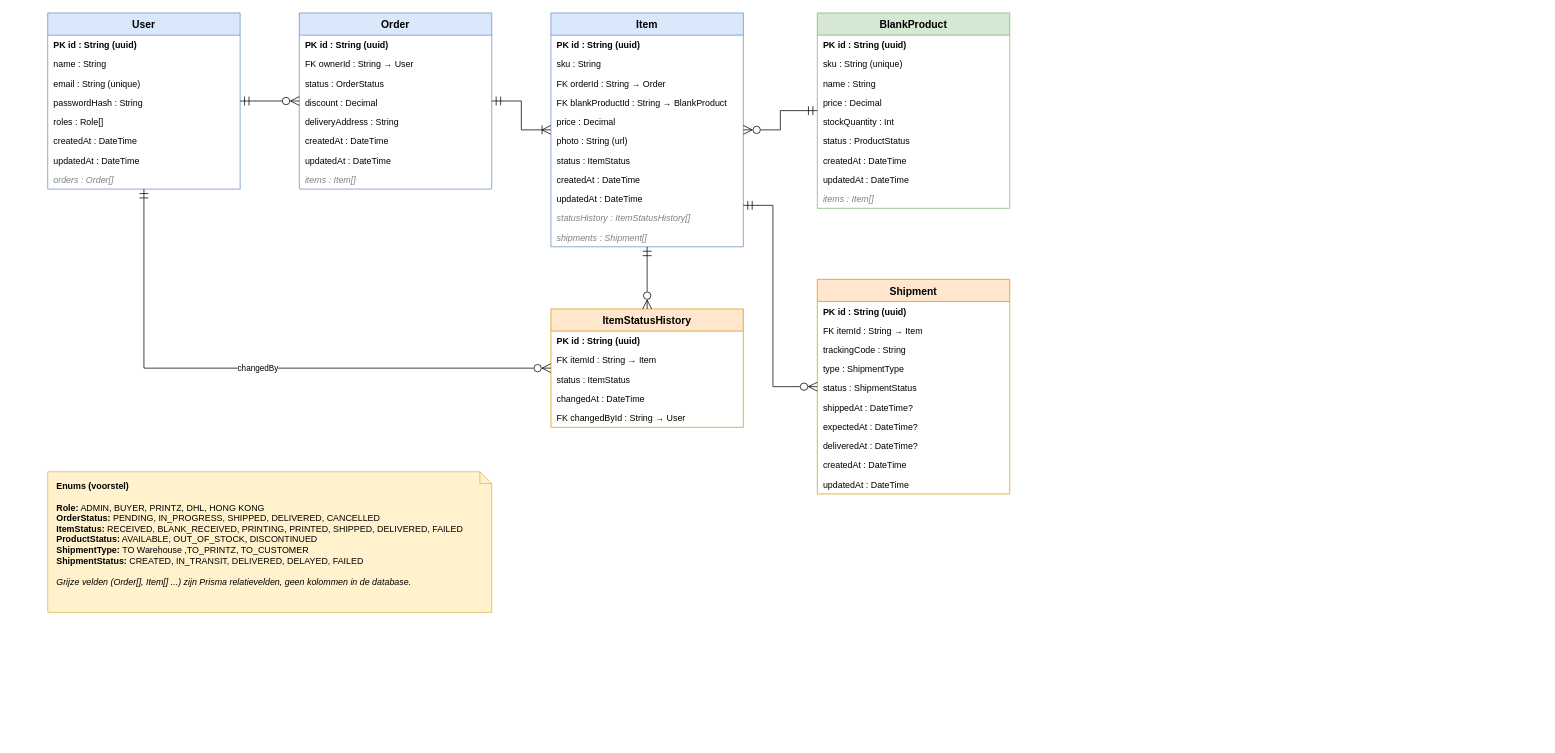
Earlier version of the draw.io diagram documents/ERD/gifts4u-erd.drawio (Immanuel-Cairo/gifts4u-control-tower). Source tidied: cells renumbered, new cells numbered last; positions are measured from the earlier drawing's top-left corner, leaving out a move shared by most shapes. Both pictures are drawn from the tidied source at 74%, with x=0, y=0 at pixel (47, 13).
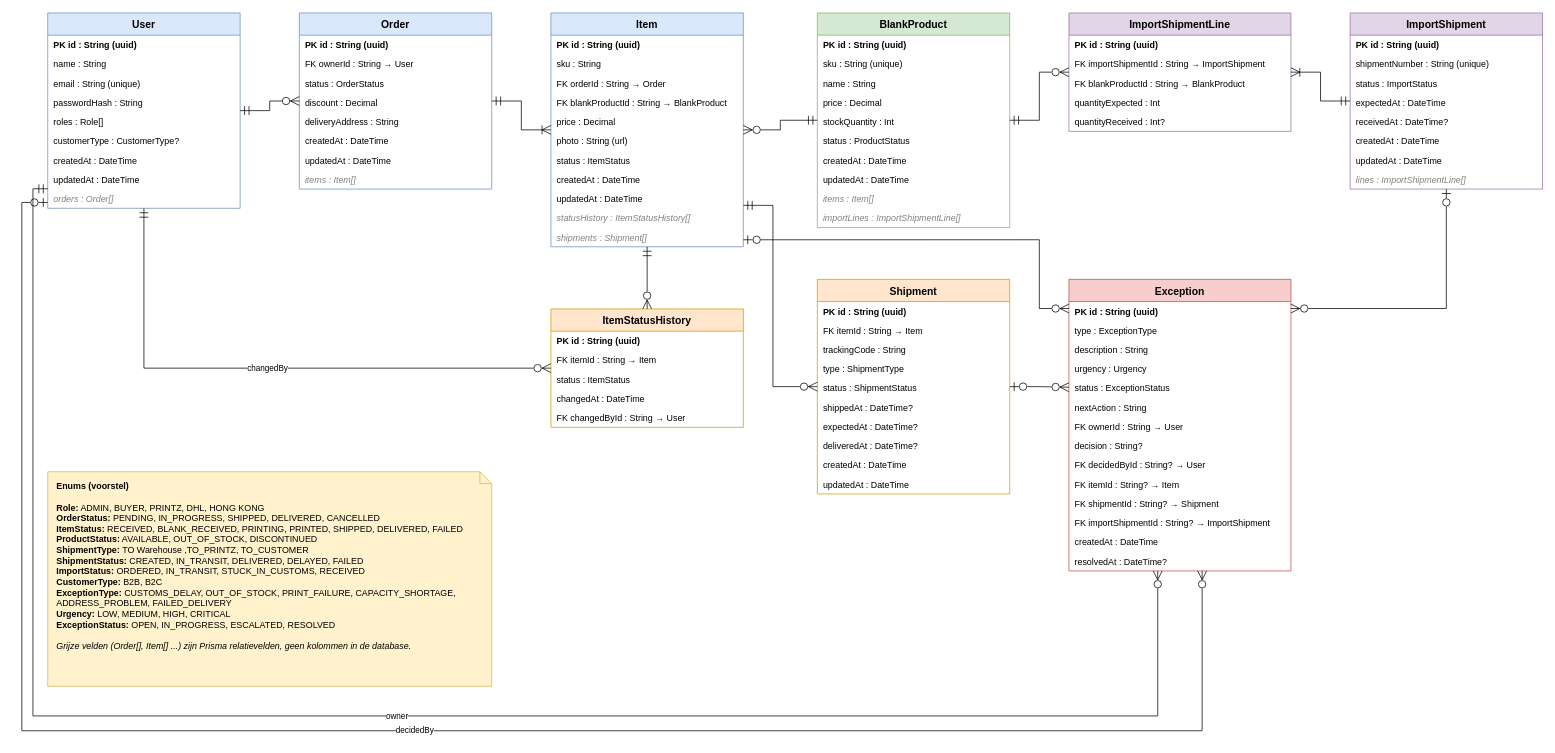
The same page after the edit.

The change refers to these unchanged cells:
```xml
<mxCell id="20" value="Item" style="swimlane;fontStyle=1;horizontal=1;startSize=30;fillColor=#dae8fc;strokeColor=#6c8ebf;fontSize=14;" parent="1" vertex="1">
  <mxGeometry x="680" width="260" height="316" as="geometry" />
</mxCell>
<mxCell id="48" value="Shipment" style="swimlane;fontStyle=1;horizontal=1;startSize=30;fillColor=#ffe6cc;strokeColor=#d79b00;fontSize=14;" parent="1" vertex="1">
  <mxGeometry x="1040" y="360" width="260" height="290" as="geometry" />
</mxCell>
```

The edit, as a diff of the source:
```diff
@@
     <mxCell id="2" value="User" style="swimlane;fontStyle=1;horizontal=1;startSize=30;fillColor=#dae8fc;strokeColor=#6c8ebf;fontSize=14;" parent="1" vertex="1">
-      <mxGeometry width="260" height="238" as="geometry" />
+      <mxGeometry width="260" height="264" as="geometry" />
     </mxCell>
@@
+    <mxCell id="66" value="customerType : CustomerType?" style="text;strokeColor=none;fillColor=none;align=left;verticalAlign=middle;spacingLeft=6;overflow=hidden;fontSize=12;" parent="2" vertex="1">
+      <mxGeometry y="160" width="260" height="26" as="geometry" />
+    </mxCell>
     <mxCell id="8" value="createdAt : DateTime" style="text;strokeColor=none;fillColor=none;align=left;verticalAlign=middle;spacingLeft=6;overflow=hidden;fontSize=12;" parent="2" vertex="1">
-      <mxGeometry y="160" width="260" height="26" as="geometry" />
+      <mxGeometry y="186" width="260" height="26" as="geometry" />
     </mxCell>
     <mxCell id="9" value="updatedAt : DateTime" style="text;strokeColor=none;fillColor=none;align=left;verticalAlign=middle;spacingLeft=6;overflow=hidden;fontSize=12;" parent="2" vertex="1">
-      <mxGeometry y="186" width="260" height="26" as="geometry" />
+      <mxGeometry y="212" width="260" height="26" as="geometry" />
     </mxCell>
     <mxCell id="10" value="orders : Order[]" style="text;strokeColor=none;fillColor=none;align=left;verticalAlign=middle;spacingLeft=6;overflow=hidden;fontSize=12;fontStyle=2;fontColor=#808080;" parent="2" vertex="1">
-      <mxGeometry y="212" width="260" height="26" as="geometry" />
+      <mxGeometry y="238" width="260" height="26" as="geometry" />
     </mxCell>
@@
     <mxCell id="32" value="BlankProduct" style="swimlane;fontStyle=1;horizontal=1;startSize=30;fillColor=#d5e8d4;strokeColor=#82b366;fontSize=14;" parent="1" vertex="1">
-      <mxGeometry x="1040" width="260" height="264" as="geometry" />
+      <mxGeometry x="1040" width="260" height="290" as="geometry" />
     </mxCell>
@@
+    <mxCell id="67" value="importLines : ImportShipmentLine[]" style="text;strokeColor=none;fillColor=none;align=left;verticalAlign=middle;spacingLeft=6;overflow=hidden;fontSize=12;fontStyle=2;fontColor=#808080;" parent="32" vertex="1">
+      <mxGeometry y="264" width="260" height="26" as="geometry" />
+    </mxCell>
+    <mxCell id="68" value="ImportShipmentLine" style="swimlane;fontStyle=1;horizontal=1;startSize=30;fillColor=#e1d5e7;strokeColor=#9673a6;fontSize=14;" parent="1" vertex="1">
+      <mxGeometry x="1380" width="300" height="160" as="geometry" />
+    </mxCell>
+    <mxCell id="69" value="PK  id : String (uuid)" style="text;strokeColor=none;fillColor=none;align=left;verticalAlign=middle;spacingLeft=6;overflow=hidden;fontSize=12;fontStyle=1;" parent="68" vertex="1">
+      <mxGeometry y="30" width="300" height="26" as="geometry" />
+    </mxCell>
+    <mxCell id="70" value="FK  importShipmentId : String → ImportShipment" style="text;strokeColor=none;fillColor=none;align=left;verticalAlign=middle;spacingLeft=6;overflow=hidden;fontSize=12;" parent="68" vertex="1">
+      <mxGeometry y="56" width="300" height="26" as="geometry" />
+    </mxCell>
+    <mxCell id="71" value="FK  blankProductId : String → BlankProduct" style="text;strokeColor=none;fillColor=none;align=left;verticalAlign=middle;spacingLeft=6;overflow=hidden;fontSize=12;" parent="68" vertex="1">
+      <mxGeometry y="82" width="300" height="26" as="geometry" />
+    </mxCell>
+    <mxCell id="72" value="quantityExpected : Int" style="text;strokeColor=none;fillColor=none;align=left;verticalAlign=middle;spacingLeft=6;overflow=hidden;fontSize=12;" parent="68" vertex="1">
+      <mxGeometry y="108" width="300" height="26" as="geometry" />
+    </mxCell>
+    <mxCell id="73" value="quantityReceived : Int?" style="text;strokeColor=none;fillColor=none;align=left;verticalAlign=middle;spacingLeft=6;overflow=hidden;fontSize=12;" parent="68" vertex="1">
+      <mxGeometry y="134" width="300" height="26" as="geometry" />
+    </mxCell>
+    <mxCell id="74" value="ImportShipment" style="swimlane;fontStyle=1;horizontal=1;startSize=30;fillColor=#e1d5e7;strokeColor=#9673a6;fontSize=14;" parent="1" vertex="1">
+      <mxGeometry x="1760" width="260" height="238" as="geometry" />
+    </mxCell>
+    <mxCell id="75" value="PK  id : String (uuid)" style="text;strokeColor=none;fillColor=none;align=left;verticalAlign=middle;spacingLeft=6;overflow=hidden;fontSize=12;fontStyle=1;" parent="74" vertex="1">
+      <mxGeometry y="30" width="260" height="26" as="geometry" />
+    </mxCell>
+    <mxCell id="76" value="shipmentNumber : String (unique)" style="text;strokeColor=none;fillColor=none;align=left;verticalAlign=middle;spacingLeft=6;overflow=hidden;fontSize=12;" parent="74" vertex="1">
+      <mxGeometry y="56" width="260" height="26" as="geometry" />
+    </mxCell>
+    <mxCell id="77" value="status : ImportStatus" style="text;strokeColor=none;fillColor=none;align=left;verticalAlign=middle;spacingLeft=6;overflow=hidden;fontSize=12;" parent="74" vertex="1">
+      <mxGeometry y="82" width="260" height="26" as="geometry" />
+    </mxCell>
+    <mxCell id="78" value="expectedAt : DateTime" style="text;strokeColor=none;fillColor=none;align=left;verticalAlign=middle;spacingLeft=6;overflow=hidden;fontSize=12;" parent="74" vertex="1">
+      <mxGeometry y="108" width="260" height="26" as="geometry" />
+    </mxCell>
+    <mxCell id="79" value="receivedAt : DateTime?" style="text;strokeColor=none;fillColor=none;align=left;verticalAlign=middle;spacingLeft=6;overflow=hidden;fontSize=12;" parent="74" vertex="1">
+      <mxGeometry y="134" width="260" height="26" as="geometry" />
+    </mxCell>
+    <mxCell id="80" value="createdAt : DateTime" style="text;strokeColor=none;fillColor=none;align=left;verticalAlign=middle;spacingLeft=6;overflow=hidden;fontSize=12;" parent="74" vertex="1">
+      <mxGeometry y="160" width="260" height="26" as="geometry" />
+    </mxCell>
+    <mxCell id="81" value="updatedAt : DateTime" style="text;strokeColor=none;fillColor=none;align=left;verticalAlign=middle;spacingLeft=6;overflow=hidden;fontSize=12;" parent="74" vertex="1">
+      <mxGeometry y="186" width="260" height="26" as="geometry" />
+    </mxCell>
+    <mxCell id="82" value="lines : ImportShipmentLine[]" style="text;strokeColor=none;fillColor=none;align=left;verticalAlign=middle;spacingLeft=6;overflow=hidden;fontSize=12;fontStyle=2;fontColor=#808080;" parent="74" vertex="1">
+      <mxGeometry y="212" width="260" height="26" as="geometry" />
+    </mxCell>
@@
-    <mxCell id="59" value="&lt;b&gt;Enums (voorstel)&lt;/b&gt;&lt;br&gt;&lt;br&gt;&lt;b&gt;Role:&lt;/b&gt; ADMIN, BUYER, PRINTZ, DHL, HONG KONG&lt;br&gt;&lt;b&gt;OrderStatus:&lt;/b&gt; PENDING, IN_PROGRESS, SHIPPED, DELIVERED, CANCELLED&lt;br&gt;&lt;b&gt;ItemStatus:&lt;/b&gt; RECEIVED, BLANK_RECEIVED, PRINTING, PRINTED, SHIPPED, DELIVERED, FAILED&lt;br&gt;&lt;b&gt;ProductStatus:&lt;/b&gt; AVAILABLE, OUT_OF_STOCK, DISCONTINUED&lt;br&gt;&lt;b&gt;ShipmentType:&lt;/b&gt;&amp;nbsp;TO Warehouse ,TO_PRINTZ, TO_CUSTOMER&lt;br&gt;&lt;b&gt;ShipmentStatus:&lt;/b&gt; CREATED, IN_TRANSIT, DELIVERED, DELAYED, FAILED&lt;br&gt;&lt;br&gt;&lt;i&gt;Grijze velden (Order[], Item[] ...) zijn Prisma relatievelden, geen kolommen in de database.&lt;/i&gt;" style="shape=note;whiteSpace=wrap;html=1;align=left;verticalAlign=top;spacingLeft=10;spacingTop=6;size=16;fillColor=#fff2cc;strokeColor=#d6b656;fontSize=12;" parent="1" vertex="1">
-      <mxGeometry y="620" width="600" height="190" as="geometry" />
+    <mxCell id="59" value="&lt;b&gt;Enums (voorstel)&lt;/b&gt;&lt;br&gt;&lt;br&gt;&lt;b&gt;Role:&lt;/b&gt; ADMIN, BUYER, PRINTZ, DHL, HONG KONG&lt;br&gt;&lt;b&gt;OrderStatus:&lt;/b&gt; PENDING, IN_PROGRESS, SHIPPED, DELIVERED, CANCELLED&lt;br&gt;&lt;b&gt;ItemStatus:&lt;/b&gt; RECEIVED, BLANK_RECEIVED, PRINTING, PRINTED, SHIPPED, DELIVERED, FAILED&lt;br&gt;&lt;b&gt;ProductStatus:&lt;/b&gt; AVAILABLE, OUT_OF_STOCK, DISCONTINUED&lt;br&gt;&lt;b&gt;ShipmentType:&lt;/b&gt;&amp;nbsp;TO Warehouse ,TO_PRINTZ, TO_CUSTOMER&lt;br&gt;&lt;b&gt;ShipmentStatus:&lt;/b&gt; CREATED, IN_TRANSIT, DELIVERED, DELAYED, FAILED&lt;br&gt;&lt;b&gt;ImportStatus:&lt;/b&gt; ORDERED, IN_TRANSIT, STUCK_IN_CUSTOMS, RECEIVED&lt;br&gt;&lt;b&gt;CustomerType:&lt;/b&gt; B2B, B2C&lt;br&gt;&lt;b&gt;ExceptionType:&lt;/b&gt; CUSTOMS_DELAY, OUT_OF_STOCK, PRINT_FAILURE, CAPACITY_SHORTAGE, ADDRESS_PROBLEM, FAILED_DELIVERY&lt;br&gt;&lt;b&gt;Urgency:&lt;/b&gt; LOW, MEDIUM, HIGH, CRITICAL&lt;br&gt;&lt;b&gt;ExceptionStatus:&lt;/b&gt; OPEN, IN_PROGRESS, ESCALATED, RESOLVED&lt;br&gt;&lt;br&gt;&lt;i&gt;Grijze velden (Order[], Item[] ...) zijn Prisma relatievelden, geen kolommen in de database.&lt;/i&gt;" style="shape=note;whiteSpace=wrap;html=1;align=left;verticalAlign=top;spacingLeft=10;spacingTop=6;size=16;fillColor=#fff2cc;strokeColor=#d6b656;fontSize=12;" parent="1" vertex="1">
+      <mxGeometry y="620" width="600" height="290" as="geometry" />
     </mxCell>
@@
+    <mxCell id="83" value="Exception" style="swimlane;fontStyle=1;horizontal=1;startSize=30;fillColor=#f8cecc;strokeColor=#b85450;fontSize=14;" parent="1" vertex="1">
+      <mxGeometry x="1380" y="360" width="300" height="394" as="geometry" />
+    </mxCell>
+    <mxCell id="84" value="PK  id : String (uuid)" style="text;strokeColor=none;fillColor=none;align=left;verticalAlign=middle;spacingLeft=6;overflow=hidden;fontSize=12;fontStyle=1;" parent="83" vertex="1">
+      <mxGeometry y="30" width="300" height="26" as="geometry" />
+    </mxCell>
+    <mxCell id="85" value="type : ExceptionType" style="text;strokeColor=none;fillColor=none;align=left;verticalAlign=middle;spacingLeft=6;overflow=hidden;fontSize=12;" parent="83" vertex="1">
+      <mxGeometry y="56" width="300" height="26" as="geometry" />
+    </mxCell>
+    <mxCell id="86" value="description : String" style="text;strokeColor=none;fillColor=none;align=left;verticalAlign=middle;spacingLeft=6;overflow=hidden;fontSize=12;" parent="83" vertex="1">
+      <mxGeometry y="82" width="300" height="26" as="geometry" />
+    </mxCell>
+    <mxCell id="87" value="urgency : Urgency" style="text;strokeColor=none;fillColor=none;align=left;verticalAlign=middle;spacingLeft=6;overflow=hidden;fontSize=12;" parent="83" vertex="1">
+      <mxGeometry y="108" width="300" height="26" as="geometry" />
+    </mxCell>
+    <mxCell id="88" value="status : ExceptionStatus" style="text;strokeColor=none;fillColor=none;align=left;verticalAlign=middle;spacingLeft=6;overflow=hidden;fontSize=12;" parent="83" vertex="1">
+      <mxGeometry y="134" width="300" height="26" as="geometry" />
+    </mxCell>
+    <mxCell id="89" value="nextAction : String" style="text;strokeColor=none;fillColor=none;align=left;verticalAlign=middle;spacingLeft=6;overflow=hidden;fontSize=12;" parent="83" vertex="1">
+      <mxGeometry y="160" width="300" height="26" as="geometry" />
+    </mxCell>
+    <mxCell id="90" value="FK  ownerId : String → User" style="text;strokeColor=none;fillColor=none;align=left;verticalAlign=middle;spacingLeft=6;overflow=hidden;fontSize=12;" parent="83" vertex="1">
+      <mxGeometry y="186" width="300" height="26" as="geometry" />
+    </mxCell>
+    <mxCell id="91" value="decision : String?" style="text;strokeColor=none;fillColor=none;align=left;verticalAlign=middle;spacingLeft=6;overflow=hidden;fontSize=12;" parent="83" vertex="1">
+      <mxGeometry y="212" width="300" height="26" as="geometry" />
+    </mxCell>
+    <mxCell id="92" value="FK  decidedById : String? → User" style="text;strokeColor=none;fillColor=none;align=left;verticalAlign=middle;spacingLeft=6;overflow=hidden;fontSize=12;" parent="83" vertex="1">
+      <mxGeometry y="238" width="300" height="26" as="geometry" />
+    </mxCell>
+    <mxCell id="93" value="FK  itemId : String? → Item" style="text;strokeColor=none;fillColor=none;align=left;verticalAlign=middle;spacingLeft=6;overflow=hidden;fontSize=12;" parent="83" vertex="1">
+      <mxGeometry y="264" width="300" height="26" as="geometry" />
+    </mxCell>
+    <mxCell id="94" value="FK  shipmentId : String? → Shipment" style="text;strokeColor=none;fillColor=none;align=left;verticalAlign=middle;spacingLeft=6;overflow=hidden;fontSize=12;" parent="83" vertex="1">
+      <mxGeometry y="290" width="300" height="26" as="geometry" />
+    </mxCell>
+    <mxCell id="95" value="FK  importShipmentId : String? → ImportShipment" style="text;strokeColor=none;fillColor=none;align=left;verticalAlign=middle;spacingLeft=6;overflow=hidden;fontSize=12;" parent="83" vertex="1">
+      <mxGeometry y="316" width="300" height="26" as="geometry" />
+    </mxCell>
+    <mxCell id="96" value="createdAt : DateTime" style="text;strokeColor=none;fillColor=none;align=left;verticalAlign=middle;spacingLeft=6;overflow=hidden;fontSize=12;" parent="83" vertex="1">
+      <mxGeometry y="342" width="300" height="26" as="geometry" />
+    </mxCell>
+    <mxCell id="97" value="resolvedAt : DateTime?" style="text;strokeColor=none;fillColor=none;align=left;verticalAlign=middle;spacingLeft=6;overflow=hidden;fontSize=12;" parent="83" vertex="1">
+      <mxGeometry y="368" width="300" height="26" as="geometry" />
+    </mxCell>
+    <mxCell id="98" style="edgeStyle=orthogonalEdgeStyle;rounded=0;html=1;startArrow=ERzeroToOne;endArrow=ERzeroToMany;startFill=0;endFill=0;endSize=10;startSize=10;exitX=1;exitY=0.97;exitDx=0;exitDy=0;entryX=0;entryY=0.1;entryDx=0;entryDy=0;" parent="1" edge="1" source="20" target="83">
+      <mxGeometry relative="1" as="geometry">
+        <Array as="points">
+          <mxPoint x="1340" y="306" />
+          <mxPoint x="1340" y="399" />
+        </Array>
+      </mxGeometry>
+    </mxCell>
+    <mxCell id="99" style="edgeStyle=orthogonalEdgeStyle;rounded=0;html=1;startArrow=ERzeroToOne;endArrow=ERzeroToMany;startFill=0;endFill=0;endSize=10;startSize=10;exitX=1;exitY=0.5;exitDx=0;exitDy=0;entryX=0;entryY=0.37;entryDx=0;entryDy=0;" parent="1" edge="1" source="48" target="83">
+      <mxGeometry relative="1" as="geometry" />
+    </mxCell>
+    <mxCell id="100" style="edgeStyle=orthogonalEdgeStyle;rounded=0;html=1;startArrow=ERzeroToOne;endArrow=ERzeroToMany;startFill=0;endFill=0;endSize=10;startSize=10;exitX=0.5;exitY=1;exitDx=0;exitDy=0;entryX=1;entryY=0.1;entryDx=0;entryDy=0;" parent="1" edge="1" source="74" target="83">
+      <mxGeometry relative="1" as="geometry" />
+    </mxCell>
+    <mxCell id="101" value="owner" style="edgeStyle=orthogonalEdgeStyle;rounded=0;html=1;startArrow=ERmandOne;endArrow=ERzeroToMany;startFill=0;endFill=0;endSize=10;startSize=10;fontSize=11;exitX=0;exitY=0.9;exitDx=0;exitDy=0;entryX=0.4;entryY=1;entryDx=0;entryDy=0;" parent="1" edge="1" source="2" target="83">
+      <mxGeometry relative="1" as="geometry">
+        <Array as="points">
+          <mxPoint x="-20" y="238" />
+          <mxPoint x="-20" y="950" />
+          <mxPoint x="1500" y="950" />
+        </Array>
+      </mxGeometry>
+    </mxCell>
+    <mxCell id="102" value="decidedBy" style="edgeStyle=orthogonalEdgeStyle;rounded=0;html=1;startArrow=ERzeroToOne;endArrow=ERzeroToMany;startFill=0;endFill=0;endSize=10;startSize=10;fontSize=11;exitX=0;exitY=0.97;exitDx=0;exitDy=0;entryX=0.6;entryY=1;entryDx=0;entryDy=0;" parent="1" edge="1" source="2" target="83">
+      <mxGeometry relative="1" as="geometry">
+        <Array as="points">
+          <mxPoint x="-35" y="256" />
+          <mxPoint x="-35" y="970" />
+          <mxPoint x="1560" y="970" />
+        </Array>
+      </mxGeometry>
+    </mxCell>
+    <mxCell id="103" style="edgeStyle=orthogonalEdgeStyle;rounded=0;html=1;startArrow=ERmandOne;endArrow=ERzeroToMany;startFill=0;endFill=0;endSize=10;startSize=10;" parent="1" edge="1" source="32" target="68">
+      <mxGeometry relative="1" as="geometry" />
+    </mxCell>
+    <mxCell id="104" style="edgeStyle=orthogonalEdgeStyle;rounded=0;html=1;startArrow=ERmandOne;endArrow=ERoneToMany;startFill=0;endFill=0;endSize=10;startSize=10;" parent="1" edge="1" source="74" target="68">
+      <mxGeometry relative="1" as="geometry" />
+    </mxCell>
```
